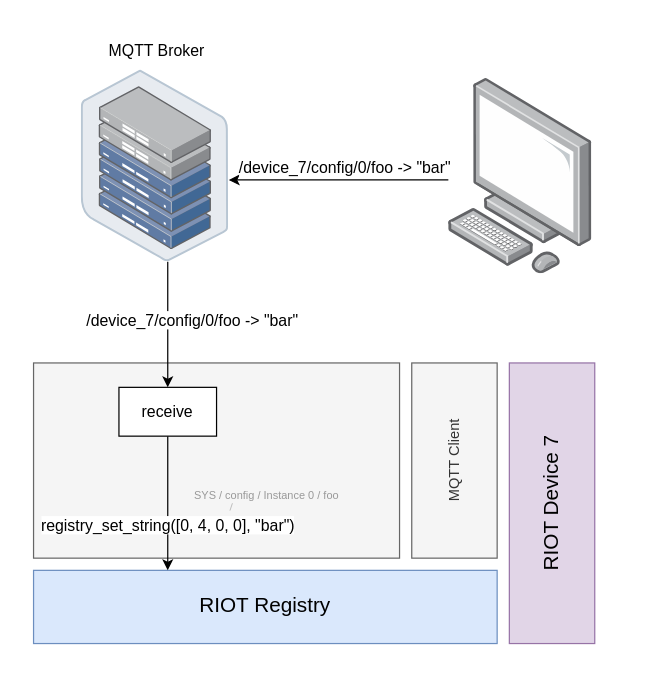
Above: doc/drawio/mqtt_integration_flow.drawio in LasseRosenow/riot-runtime-config (draw.io), before the change. Source tidied: cells renumbered, new cells numbered last; positions are measured from the earlier drawing's top-left corner, leaving out a move shared by most shapes. Both pictures are drawn from the tidied source at 122%, with x=0, y=0 at pixel (-431, 21).
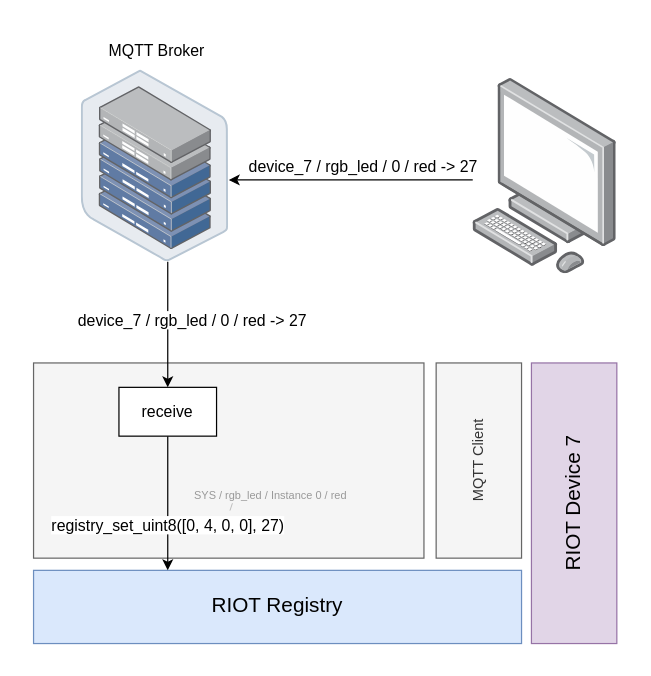
The same page after the edit.

The change refers to these unchanged cells:
```xml
<mxCell id="4" style="points=[];html=1;align=center;shadow=0;dashed=0;image;image=img/lib/allied_telesis/storage/Datacenter_Server_Half_Rack_ToR.svg;" parent="1" vertex="1">
  <mxGeometry x="419.2" y="40" width="120.8" height="157" as="geometry" />
</mxCell>
<mxCell id="9" style="group;" parent="1" vertex="1">
  <mxGeometry x="510" y="374" width="170" height="30" as="geometry" />
</mxCell>
<mxCell id="13" value="&lt;font color=&quot;#000000&quot; style=&quot;font-size: 13px&quot;&gt;receive&lt;/font&gt;" style="rounded=0;whiteSpace=wrap;html=1;labelBackgroundColor=none;fontSize=17;" parent="1" vertex="1">
  <mxGeometry x="450" y="300" width="80" height="40" as="geometry" />
</mxCell>
```

The edit, as a diff of the source:
```diff
@@
     <mxCell id="2" style="rounded=0;whiteSpace=wrap;html=1;strokeColor=none;" parent="1" vertex="1">
-      <mxGeometry x="370" width="480" height="520" as="geometry" />
+      <mxGeometry x="370" width="500" height="520" as="geometry" />
     </mxCell>
     <mxCell id="3" style="rounded=0;whiteSpace=wrap;html=1;fillColor=#f5f5f5;strokeColor=#666666;fontColor=#333333;" parent="1" vertex="1">
-      <mxGeometry x="380" y="280" width="300" height="160" as="geometry" />
+      <mxGeometry x="380" y="280" width="320" height="160" as="geometry" />
     </mxCell>
@@
-    <mxCell id="5" value="&lt;span style=&quot;font-size: 13px&quot;&gt;/device_7/config/0/foo -&amp;gt; &quot;bar&quot;&lt;/span&gt;" style="edgeStyle=elbowEdgeStyle;rounded=0;html=1;" parent="1" edge="1" source="4" target="13">
+    <mxCell id="5" value="&lt;span style=&quot;font-size: 13px&quot;&gt;device_7 / rgb_led / 0 / red -&amp;gt; 27&lt;/span&gt;" style="edgeStyle=elbowEdgeStyle;rounded=0;html=1;" parent="1" edge="1" source="4" target="13">
       <mxGeometry x="-0.06" y="20" relative="1" as="geometry">
         <Array as="points">
           <mxPoint x="490" y="240" />
           <mxPoint x="120" y="310" />
           <mxPoint y="310" />
         </Array>
       </mxGeometry>
     </mxCell>
     <mxCell id="6" value="&lt;font style=&quot;font-size: 17px&quot;&gt;RIOT Registry&lt;/font&gt;" style="rounded=0;whiteSpace=wrap;html=1;fillColor=#dae8fc;strokeColor=#6c8ebf;" parent="1" vertex="1">
-      <mxGeometry x="380" y="450" width="380" height="60" as="geometry" />
+      <mxGeometry x="380" y="450" width="400" height="60" as="geometry" />
     </mxCell>
-    <mxCell id="7" value="&lt;font style=&quot;font-size: 13px&quot;&gt;&lt;font style=&quot;font-size: 13px&quot;&gt;registry_set_string([0, 4, 0, 0], &quot;bar&quot;)&lt;br&gt;&lt;/font&gt;&lt;/font&gt;" style="edgeStyle=elbowEdgeStyle;rounded=0;html=1;" parent="1" edge="1" source="13" target="6">
+    <mxCell id="7" value="&lt;font style=&quot;font-size: 13px&quot;&gt;&lt;font style=&quot;font-size: 13px&quot;&gt;registry_set_uint8([0, 4, 0, 0], 27)&lt;br&gt;&lt;/font&gt;&lt;/font&gt;" style="edgeStyle=elbowEdgeStyle;rounded=0;html=1;" parent="1" edge="1" source="13" target="6">
       <mxGeometry x="0.33" relative="1" as="geometry">
         <Array as="points">
           <mxPoint x="490" y="470" />
           <mxPoint x="540" y="420" />
         </Array>
       </mxGeometry>
     </mxCell>
     <mxCell id="8" value="&lt;font style=&quot;font-size: 17px&quot;&gt;RIOT Device 7&lt;/font&gt;" style="rounded=0;whiteSpace=wrap;html=1;fillColor=#e1d5e7;strokeColor=#9673a6;horizontal=0;" parent="1" vertex="1">
-      <mxGeometry x="770" y="280" width="70" height="230" as="geometry" />
+      <mxGeometry x="788.1" y="280" width="70" height="230" as="geometry" />
     </mxCell>
@@
-    <mxCell id="11" value="&lt;span style=&quot;font-family: &amp;#34;helvetica&amp;#34; ; font-style: normal ; font-weight: 400 ; letter-spacing: normal ; text-align: center ; text-indent: 0px ; text-transform: none ; word-spacing: 0px ; display: inline ; float: none&quot;&gt;&lt;font style=&quot;font-size: 9px&quot; color=&quot;#999999&quot;&gt;SYS / config / Instance 0 / foo&lt;/font&gt;&lt;/span&gt;" style="text;whiteSpace=wrap;html=1;fillColor=none;" parent="9" vertex="1">
+    <mxCell id="11" value="&lt;span style=&quot;font-family: &amp;#34;helvetica&amp;#34; ; font-style: normal ; font-weight: 400 ; letter-spacing: normal ; text-align: center ; text-indent: 0px ; text-transform: none ; word-spacing: 0px ; display: inline ; float: none&quot;&gt;&lt;font style=&quot;font-size: 9px&quot; color=&quot;#999999&quot;&gt;SYS / rgb_led / Instance 0 / red&lt;/font&gt;&lt;/span&gt;" style="text;whiteSpace=wrap;html=1;fillColor=none;" parent="9" vertex="1">
       <mxGeometry width="170" height="30" as="geometry" />
     </mxCell>
     <mxCell id="12" value="MQTT Client" style="rounded=0;whiteSpace=wrap;html=1;fillColor=#f5f5f5;strokeColor=#666666;fontColor=#333333;horizontal=0;" parent="1" vertex="1">
-      <mxGeometry x="690" y="280" width="70" height="160" as="geometry" />
+      <mxGeometry x="710" y="280" width="70" height="160" as="geometry" />
     </mxCell>
@@
     <mxCell id="14" style="points=[];html=1;align=center;shadow=0;dashed=0;image;image=img/lib/allied_telesis/computer_and_terminals/Personal_Computer.svg;fillColor=none;" parent="1" vertex="1">
-      <mxGeometry x="720" y="47" width="118.1" height="160" as="geometry" />
+      <mxGeometry x="740" y="47" width="118.1" height="160" as="geometry" />
     </mxCell>
-    <mxCell id="15" value="&lt;span style=&quot;font-size: 13px&quot;&gt;/device_7/config/0/foo -&amp;gt; &quot;bar&quot;&lt;/span&gt;" style="edgeStyle=elbowEdgeStyle;rounded=0;html=1;" parent="1" edge="1" source="14" target="4">
-      <mxGeometry x="-0.06" y="-10" relative="1" as="geometry">
+    <mxCell id="15" value="&lt;span style=&quot;font-size: 13px&quot;&gt;device_7 / rgb_led / 0 / red -&amp;gt; 27&lt;/span&gt;" style="edgeStyle=elbowEdgeStyle;rounded=0;html=1;" parent="1" edge="1" source="14" target="4">
+      <mxGeometry x="-0.1" y="-11" relative="1" as="geometry">
         <Array as="points">
           <mxPoint x="630" y="130" />
           <mxPoint x="130" y="320" />
           <mxPoint x="10" y="320" />
         </Array>
       </mxGeometry>
     </mxCell>
```
